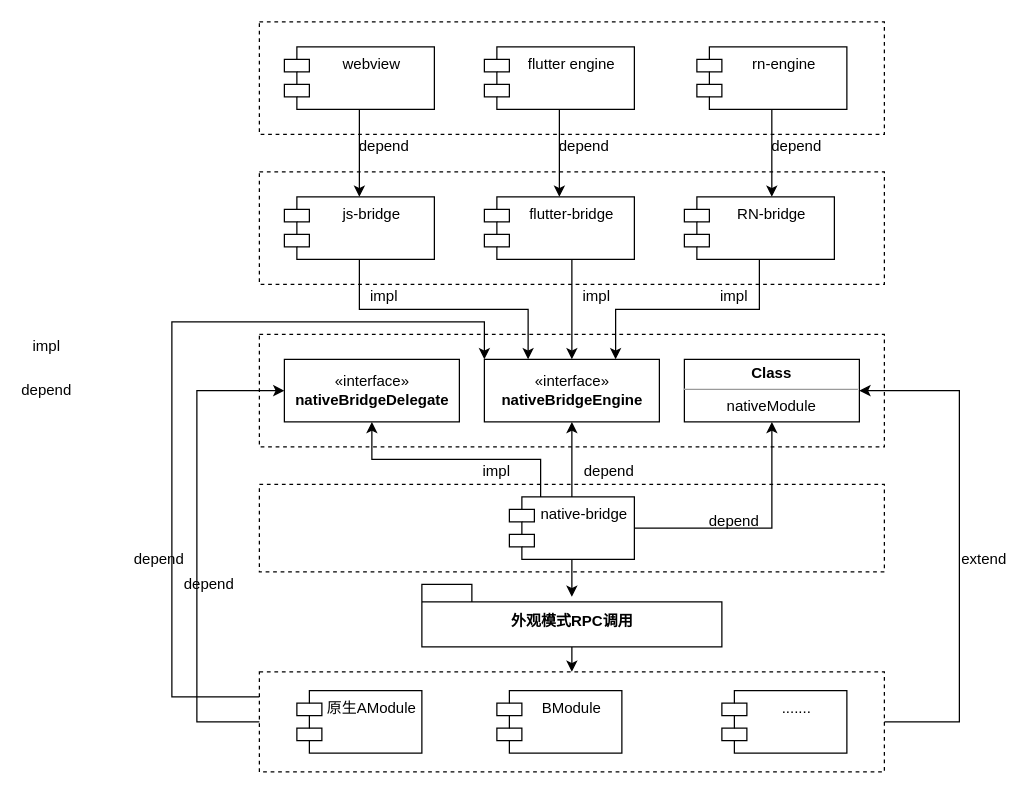
Earlier version of the draw.io diagram page "组件化-跨端引擎" (8 of 8) of 容器化宣讲.drawio (Dcell/drawio). Source tidied: cells renumbered, new cells numbered last; positions are measured from the earlier drawing's top-left corner, leaving out a move shared by most shapes. Both pictures are drawn from the tidied source at 125%, with x=0, y=0 at pixel (21, 21).
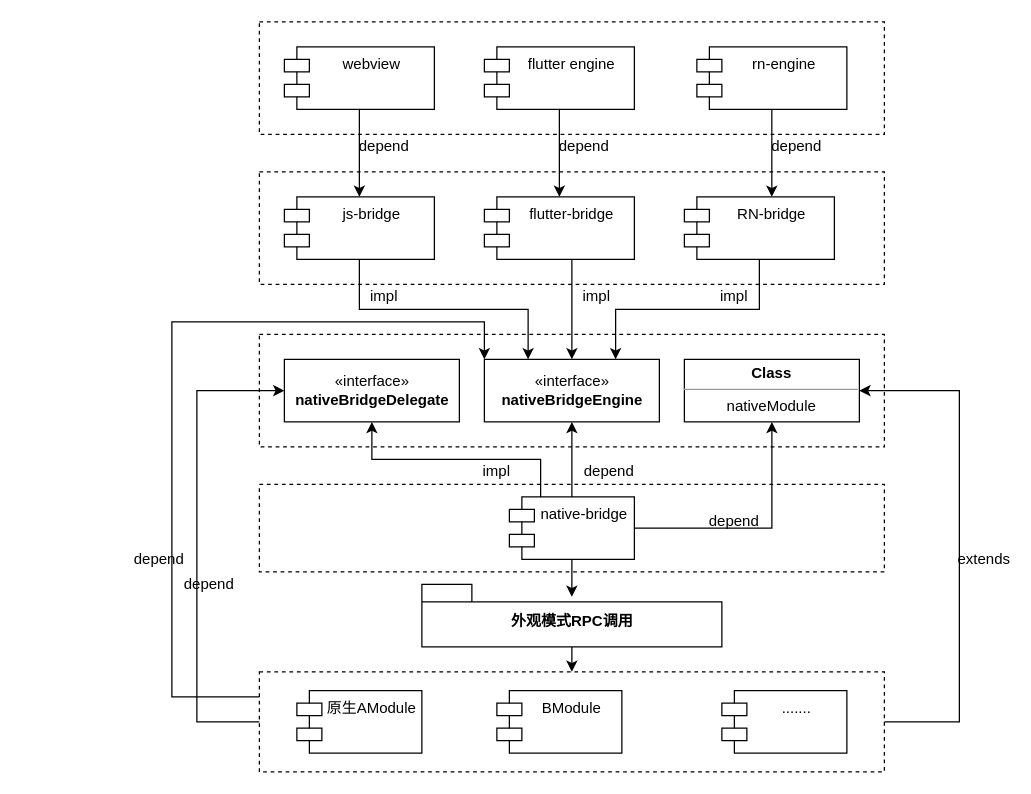
After the change.

Commit message (it also covers changes not shown here):
更新容器化宣讲.drawio

Diff of the diagram source:
```diff
@@
-    <mxCell id="14" value="impl" style="text;html=1;strokeColor=none;fillColor=none;align=center;verticalAlign=middle;whiteSpace=wrap;rounded=0;shadow=0;" parent="1" vertex="1">
-      <mxGeometry y="250" width="40" height="20" as="geometry" />
-    </mxCell>
-    <mxCell id="15" value="depend" style="text;html=1;strokeColor=none;fillColor=none;align=center;verticalAlign=middle;whiteSpace=wrap;rounded=0;shadow=0;" parent="1" vertex="1">
-      <mxGeometry y="285" width="40" height="20" as="geometry" />
-    </mxCell>
-    <mxCell id="16" value="extend" style="text;html=1;strokeColor=none;fillColor=none;align=center;verticalAlign=middle;whiteSpace=wrap;rounded=0;shadow=0;" parent="1" vertex="1">
+    <mxCell id="16" value="extends" style="text;html=1;strokeColor=none;fillColor=none;align=center;verticalAlign=middle;whiteSpace=wrap;rounded=0;shadow=0;" parent="1" vertex="1">
       <mxGeometry x="750" y="420" width="40" height="20" as="geometry" />
     </mxCell>
```
